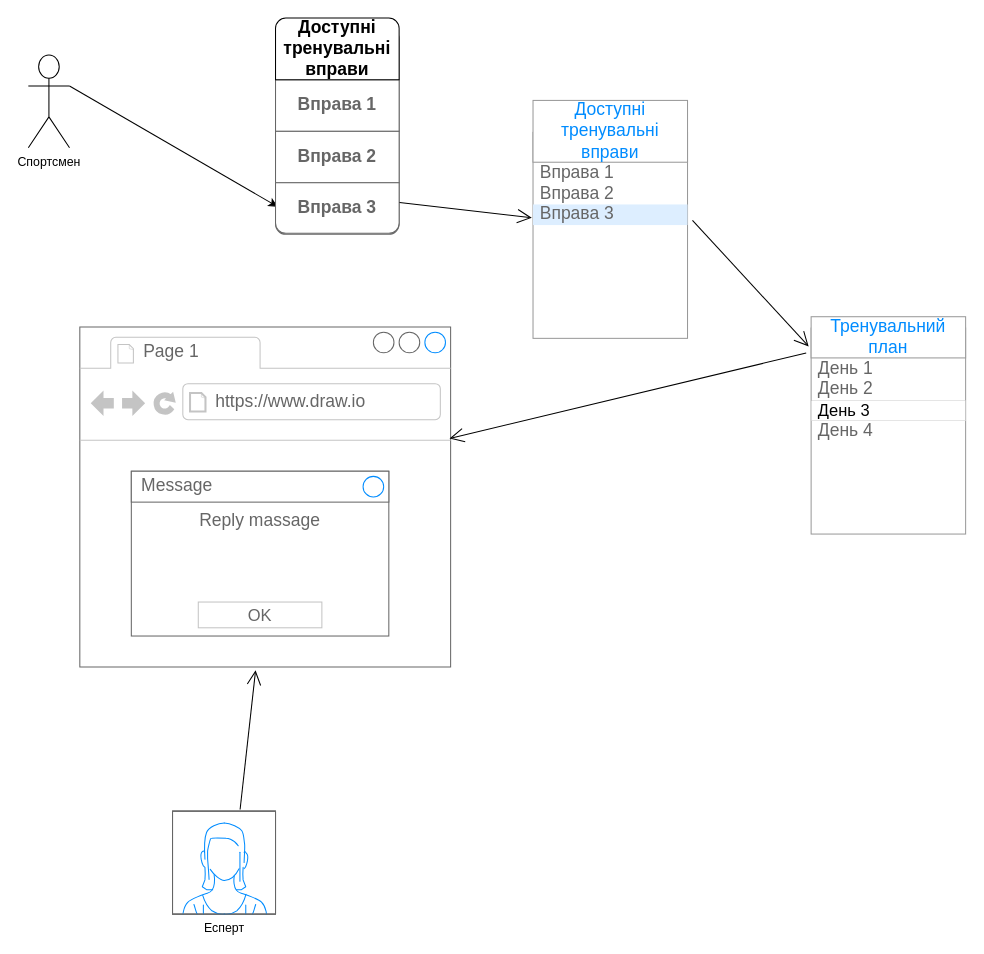
Before: 1.4-FuncNonFuncRequirements/1.4.4-NFRUserInterfaceOUTPUT/FR.drawio in oleksandrblazhko/ai-212-socheslo, a draw.io diagram. Source tidied: cells renumbered, new cells numbered last; positions are measured from the earlier drawing's top-left corner, leaving out a move shared by most shapes. Both pictures are drawn from the tidied source at 103%, with x=0, y=0 at pixel (28, 28).
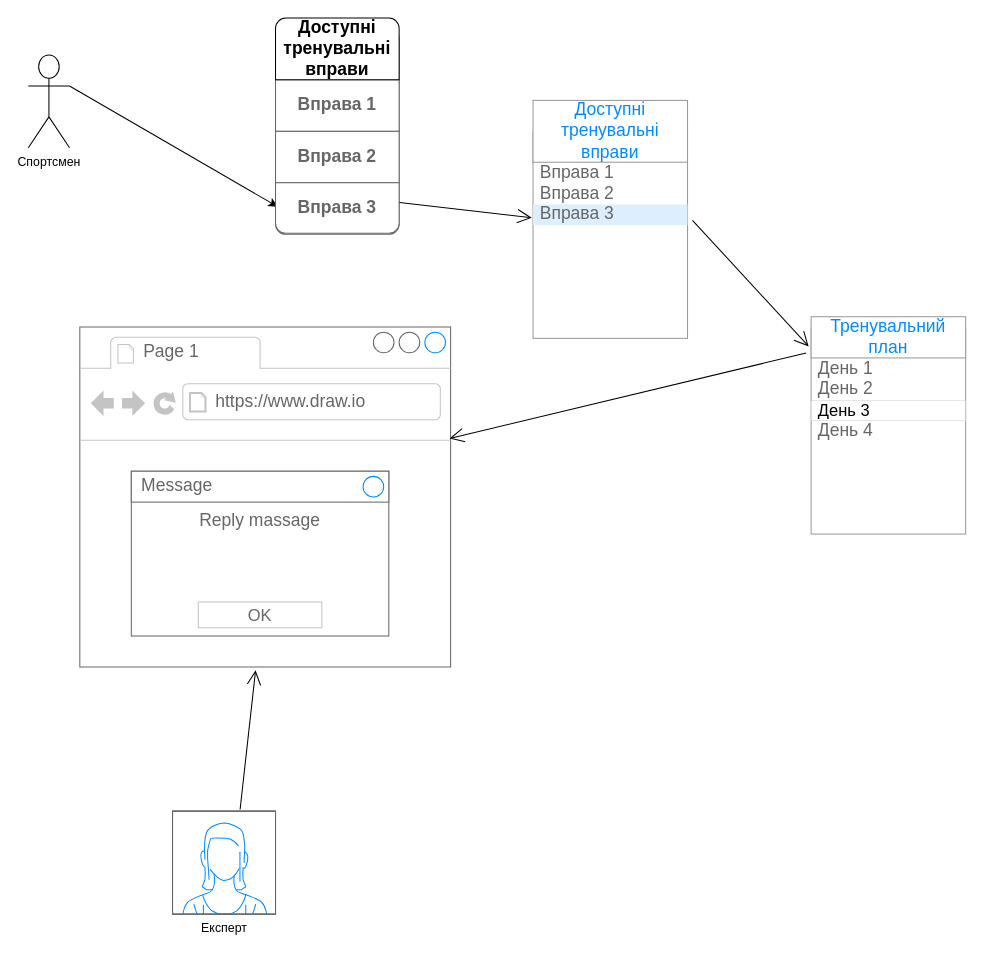
After the change.

What changed in the source:
```diff
@@
-    <mxCell id="23" value="Есперт" style="verticalLabelPosition=bottom;shadow=0;dashed=0;align=center;html=1;verticalAlign=top;strokeWidth=1;shape=mxgraph.mockup.containers.userFemale;strokeColor=#666666;strokeColor2=#008cff;" parent="1" vertex="1">
+    <mxCell id="23" value="Експерт" style="verticalLabelPosition=bottom;shadow=0;dashed=0;align=center;html=1;verticalAlign=top;strokeWidth=1;shape=mxgraph.mockup.containers.userFemale;strokeColor=#666666;strokeColor2=#008cff;" parent="1" vertex="1">
       <mxGeometry x="140" y="760" width="100" height="100" as="geometry" />
     </mxCell>
```
